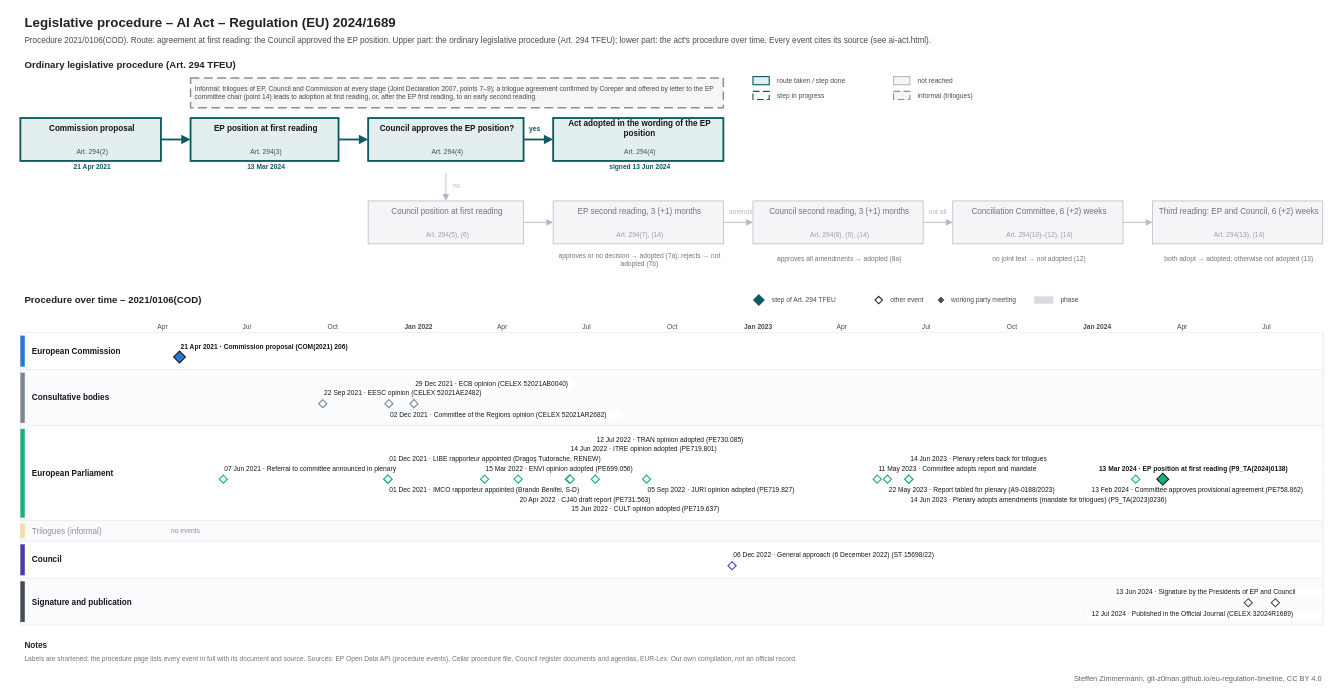
The draw.io diagram procedures/ai-act.drawio in git-z0man/eu-regulation-timeline, before the edit. Source tidied: cells renumbered, new cells numbered last; positions are measured from the earlier drawing's top-left corner, leaving out a move shared by most shapes. Both pictures are drawn from the tidied source at 74%, with x=0, y=0 at pixel (13, 13).
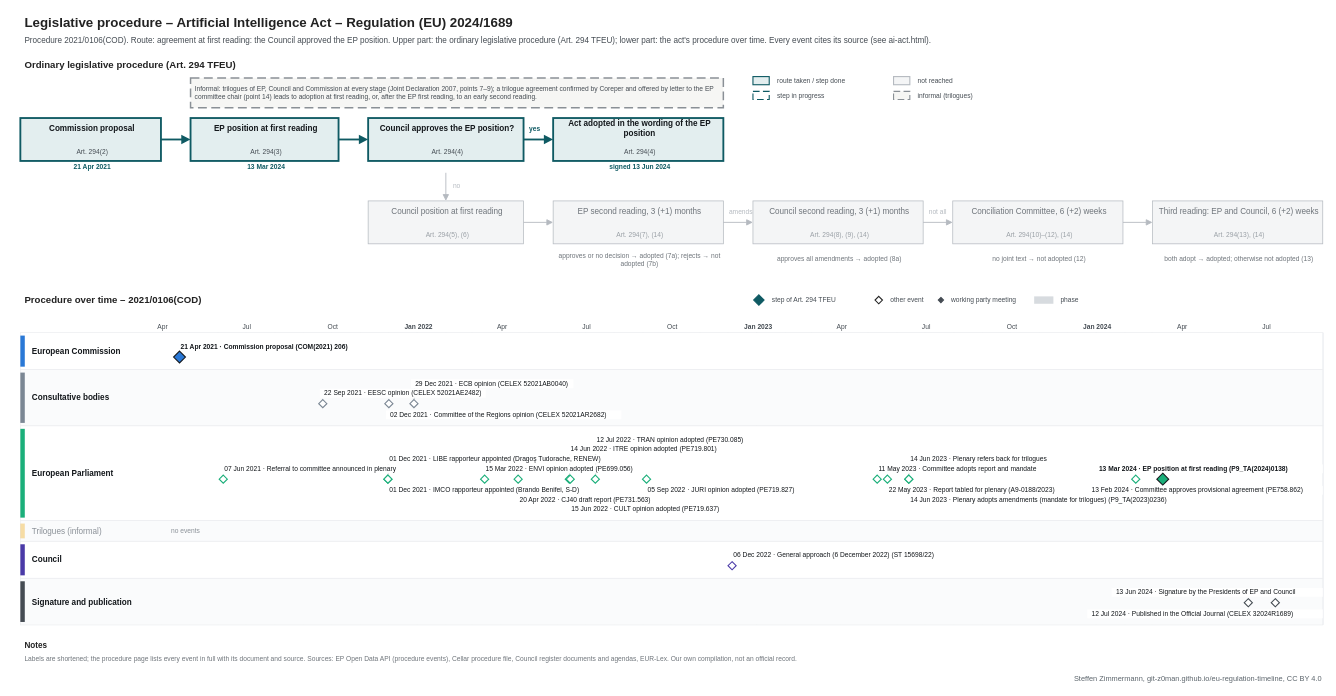
The same page after the edit.

Change to the diagram source:
```diff
@@
-    <mxCell id="2" value="Legislative procedure – AI Act – Regulation (EU) 2024/1689" style="text;html=1;fontSize=18;fontColor=#222222;align=left;verticalAlign=middle;spacingLeft=4;fontStyle=1;" parent="1" vertex="1">
+    <mxCell id="2" value="Legislative procedure – Artificial Intelligence Act – Regulation (EU) 2024/1689" style="text;html=1;fontSize=18;fontColor=#222222;align=left;verticalAlign=middle;spacingLeft=4;fontStyle=1;" parent="1" vertex="1">
       <mxGeometry x="10" width="1600" height="28" as="geometry" />
     </mxCell>
```
